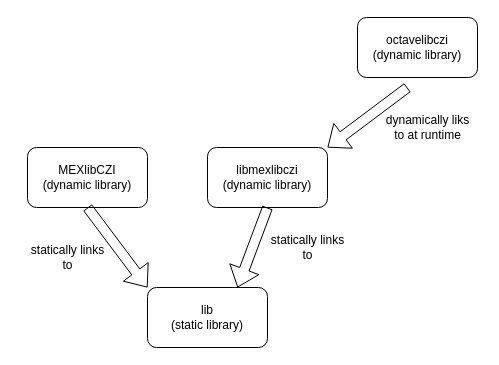
ptahmose/MEXlibCZI keeps this draw.io diagram as doc/pictures/building.drawio. Above is the earlier version. Source tidied: cells renumbered, new cells numbered last; positions are measured from the earlier drawing's top-left corner, leaving out a move shared by most shapes. Both pictures are drawn from the tidied source at 100%, with x=0, y=0 at pixel (17, 17).
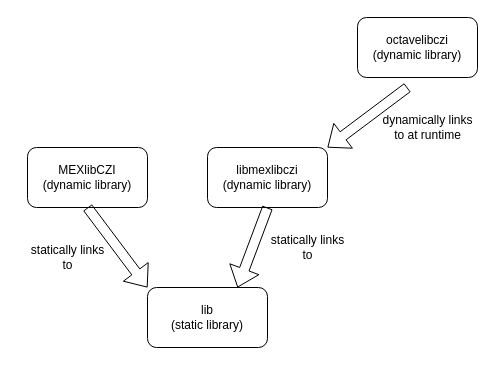
The same page after the edit.

What changed in the source:
```diff
@@
 <mxGraphModel>
   <root>
     <mxCell id="0" />
     <mxCell id="1" parent="0" />
     <mxCell id="2" value="lib&lt;br&gt;(static library)" style="rounded=1;whiteSpace=wrap;html=1;" parent="1" vertex="1">
       <mxGeometry x="130" y="270" width="120" height="60" as="geometry" />
     </mxCell>
     <mxCell id="3" value="MEXlibCZI&lt;br&gt;(dynamic library)" style="rounded=1;whiteSpace=wrap;html=1;" parent="1" vertex="1">
       <mxGeometry x="10" y="130" width="120" height="60" as="geometry" />
     </mxCell>
     <mxCell id="4" value="libmexlibczi&lt;br&gt;(dynamic library)" style="rounded=1;whiteSpace=wrap;html=1;" parent="1" vertex="1">
       <mxGeometry x="190" y="130" width="120" height="60" as="geometry" />
     </mxCell>
     <mxCell id="5" value="octavelibczi&lt;br&gt;(dynamic library)" style="rounded=1;whiteSpace=wrap;html=1;" parent="1" vertex="1">
       <mxGeometry x="340" width="120" height="60" as="geometry" />
     </mxCell>
     <mxCell id="6" style="shape=flexArrow;endArrow=classic;html=1;rounded=0;exitX=0.5;exitY=1;exitDx=0;exitDy=0;entryX=0;entryY=0;entryDx=0;entryDy=0;" parent="1" edge="1" source="3" target="2">
       <mxGeometry relative="1" as="geometry" />
     </mxCell>
     <mxCell id="7" value="statically links&lt;br&gt;to" style="text;html=1;align=center;verticalAlign=middle;strokeColor=none;fillColor=none;" parent="1" vertex="1">
       <mxGeometry y="220" width="100" height="40" as="geometry" />
     </mxCell>
     <mxCell id="8" style="shape=flexArrow;endArrow=classic;html=1;rounded=0;exitX=0.5;exitY=1;exitDx=0;exitDy=0;entryX=0.75;entryY=0;entryDx=0;entryDy=0;" parent="1" edge="1" target="2">
       <mxGeometry relative="1" as="geometry">
         <mxPoint x="250" y="190" as="sourcePoint" />
       </mxGeometry>
     </mxCell>
     <mxCell id="9" value="statically links&lt;br&gt;to" style="text;html=1;align=center;verticalAlign=middle;strokeColor=none;fillColor=none;" parent="1" vertex="1">
       <mxGeometry x="240" y="210" width="100" height="40" as="geometry" />
     </mxCell>
     <mxCell id="10" style="shape=flexArrow;endArrow=classic;html=1;rounded=0;entryX=1;entryY=0;entryDx=0;entryDy=0;" parent="1" edge="1" target="4">
       <mxGeometry relative="1" as="geometry">
         <mxPoint x="390" y="70" as="sourcePoint" />
       </mxGeometry>
     </mxCell>
-    <mxCell id="11" value="dynamically liks&lt;br&gt;to at runtime" style="text;html=1;align=center;verticalAlign=middle;strokeColor=none;fillColor=none;" parent="1" vertex="1">
+    <mxCell id="11" value="dynamically links&lt;br&gt;to at runtime" style="text;html=1;align=center;verticalAlign=middle;strokeColor=none;fillColor=none;" parent="1" vertex="1">
       <mxGeometry x="355" y="90" width="110" height="40" as="geometry" />
     </mxCell>
   </root>
 </mxGraphModel>
```
